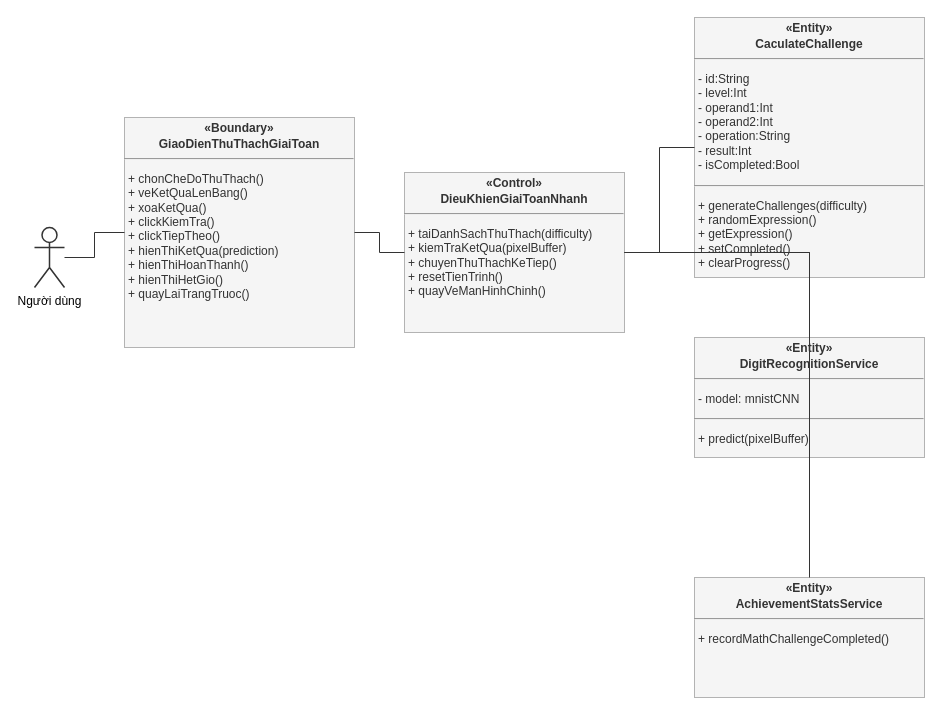
This is docs/AC/analysis_class_diagram_calculate.drawio from mitiie/KidX, a draw.io file, before an edit. Source tidied: cells renumbered, new cells numbered last; positions are measured from the earlier drawing's top-left corner, leaving out a move shared by most shapes. Both pictures are drawn from the tidied source at 100%, with x=0, y=0 at pixel (34, 17).
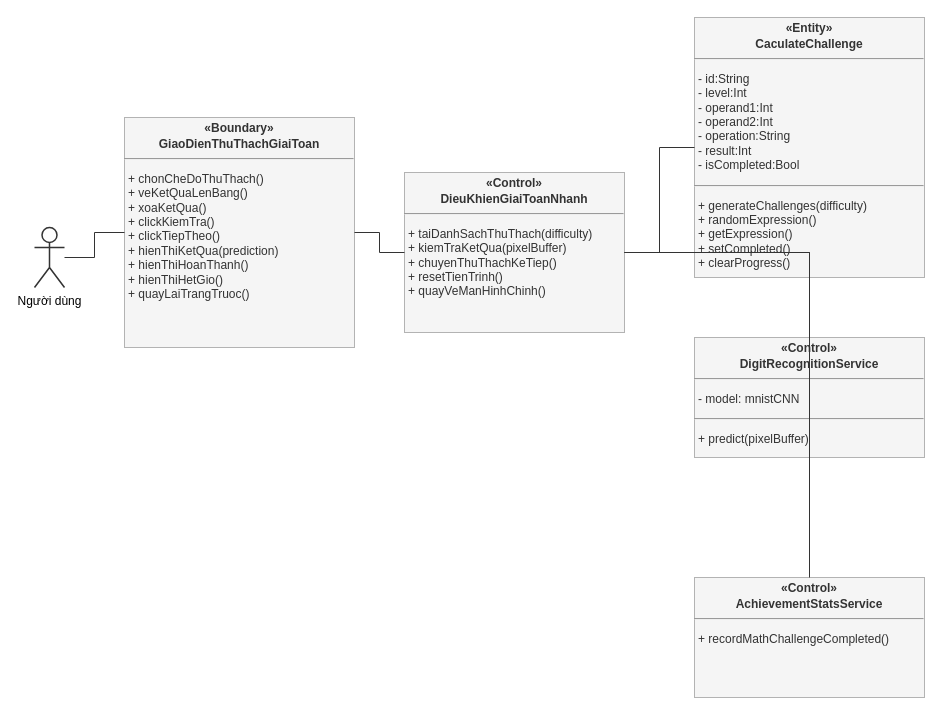
Above is the later version.

Change to the diagram source:
```diff
@@
 <mxGraphModel>
   <root>
     <mxCell id="0" />
     <mxCell id="1" parent="0" />
     <mxCell id="2" value="Người dùng" style="shape=umlActor;verticalLabelPosition=bottom;verticalAlign=top;html=1;outlineConnect=0;strokeColor=#333333;strokeWidth=1.5;" parent="1" vertex="1">
       <mxGeometry y="210" width="30" height="60" as="geometry" />
     </mxCell>
     <mxCell id="3" value="&lt;p style=&quot;margin:0px;margin-top:4px;text-align:center;&quot;&gt;&lt;b&gt;«Boundary»&lt;/b&gt;&lt;/p&gt;          &lt;p style=&quot;margin:0px;margin-top:2px;text-align:center;&quot;&gt;&lt;b&gt;GiaoDienThuThachGiaiToan&lt;/b&gt;&lt;/p&gt;          &lt;hr&gt;          &lt;p style=&quot;margin-left:4px;text-align:left;&quot;&gt;          + chonCheDoThuThach()&lt;br&gt;          + veKetQuaLenBang()&lt;br&gt;          + xoaKetQua()&lt;br&gt;          + clickKiemTra()&lt;br&gt;          + clickTiepTheo()&lt;br&gt;          + hienThiKetQua(prediction)&lt;br&gt;          + hienThiHoanThanh()&lt;br&gt;          + hienThiHetGio()&lt;br&gt;          + quayLaiTrangTruoc()          &lt;/p&gt;" style="verticalAlign=top;align=left;overflow=fill;html=1;whiteSpace=wrap;rounded=0;fillColor=#f5f5f5;strokeColor=#b3b3b3;fontColor=#333333;fontSize=12;" parent="1" vertex="1">
       <mxGeometry x="90" y="100" width="230" height="230" as="geometry" />
     </mxCell>
     <mxCell id="4" value="&lt;p style=&quot;margin:0px;margin-top:4px;text-align:center;&quot;&gt;&lt;b&gt;«Control»&lt;/b&gt;&lt;/p&gt;          &lt;p style=&quot;margin:0px;margin-top:2px;text-align:center;&quot;&gt;&lt;b&gt;DieuKhienGiaiToanNhanh&lt;/b&gt;&lt;/p&gt;          &lt;hr&gt;          &lt;p style=&quot;margin-left:4px;text-align:left;&quot;&gt;          + taiDanhSachThuThach(difficulty)&lt;br&gt;          + kiemTraKetQua(pixelBuffer)&lt;br&gt;          + chuyenThuThachKeTiep()&lt;br&gt;          + resetTienTrinh()&lt;br&gt;          + quayVeManHinhChinh()          &lt;/p&gt;" style="verticalAlign=top;align=left;overflow=fill;html=1;whiteSpace=wrap;rounded=0;fillColor=#f5f5f5;strokeColor=#b3b3b3;fontColor=#333333;fontSize=12;" parent="1" vertex="1">
       <mxGeometry x="370" y="155" width="220" height="160" as="geometry" />
     </mxCell>
     <mxCell id="5" value="&lt;p style=&quot;margin:0px;margin-top:4px;text-align:center;&quot;&gt;&lt;b&gt;«Entity»&lt;/b&gt;&lt;/p&gt;          &lt;p style=&quot;margin:0px;margin-top:2px;text-align:center;&quot;&gt;&lt;b&gt;CaculateChallenge&lt;/b&gt;&lt;/p&gt;          &lt;hr&gt;          &lt;p style=&quot;margin-left:4px;text-align:left;&quot;&gt;          - id:String&lt;br&gt;          - level:Int&lt;br&gt;          - operand1:Int&lt;br&gt;          - operand2:Int&lt;br&gt;          - operation:String&lt;br&gt;          - result:Int&lt;br&gt;          - isCompleted:Bool          &lt;/p&gt;          &lt;hr&gt;          &lt;p style=&quot;margin-left:4px;text-align:left;&quot;&gt;          + generateChallenges(difficulty)&lt;br&gt;          + randomExpression()&lt;br&gt;          + getExpression()&lt;br&gt;          + setCompleted()&lt;br&gt;          + clearProgress()          &lt;/p&gt;" style="verticalAlign=top;align=left;overflow=fill;html=1;whiteSpace=wrap;rounded=0;fillColor=#f5f5f5;strokeColor=#b3b3b3;fontColor=#333333;fontSize=12;" parent="1" vertex="1">
       <mxGeometry x="660" width="230" height="260" as="geometry" />
     </mxCell>
-    <mxCell id="6" value="&lt;p style=&quot;margin:0px;margin-top:4px;text-align:center;&quot;&gt;&lt;b&gt;«Entity»&lt;/b&gt;&lt;/p&gt;          &lt;p style=&quot;margin:0px;margin-top:2px;text-align:center;&quot;&gt;&lt;b&gt;DigitRecognitionService&lt;/b&gt;&lt;/p&gt;          &lt;hr&gt;          &lt;p style=&quot;margin-left:4px;text-align:left;&quot;&gt;          - model: mnistCNN          &lt;/p&gt;          &lt;hr&gt;          &lt;p style=&quot;margin-left:4px;text-align:left;&quot;&gt;          + predict(pixelBuffer)          &lt;/p&gt;" style="verticalAlign=top;align=left;overflow=fill;html=1;whiteSpace=wrap;rounded=0;fillColor=#f5f5f5;strokeColor=#b3b3b3;fontColor=#333333;fontSize=12;" parent="1" vertex="1">
+    <mxCell id="6" value="&lt;p style=&quot;margin:0px;margin-top:4px;text-align:center;&quot;&gt;&lt;b&gt;«Control»&lt;/b&gt;&lt;/p&gt;          &lt;p style=&quot;margin:0px;margin-top:2px;text-align:center;&quot;&gt;&lt;b&gt;DigitRecognitionService&lt;/b&gt;&lt;/p&gt;          &lt;hr&gt;          &lt;p style=&quot;margin-left:4px;text-align:left;&quot;&gt;          - model: mnistCNN          &lt;/p&gt;          &lt;hr&gt;          &lt;p style=&quot;margin-left:4px;text-align:left;&quot;&gt;          + predict(pixelBuffer)          &lt;/p&gt;" style="verticalAlign=top;align=left;overflow=fill;html=1;whiteSpace=wrap;rounded=0;fillColor=#f5f5f5;strokeColor=#b3b3b3;fontColor=#333333;fontSize=12;" parent="1" vertex="1">
       <mxGeometry x="660" y="320" width="230" height="120" as="geometry" />
     </mxCell>
-    <mxCell id="7" value="&lt;p style=&quot;margin:0px;margin-top:4px;text-align:center;&quot;&gt;&lt;b&gt;«Entity»&lt;/b&gt;&lt;/p&gt;          &lt;p style=&quot;margin:0px;margin-top:2px;text-align:center;&quot;&gt;&lt;b&gt;AchievementStatsService&lt;/b&gt;&lt;/p&gt;          &lt;hr&gt;          &lt;p style=&quot;margin-left:4px;text-align:left;&quot;&gt;          + recordMathChallengeCompleted()          &lt;/p&gt;" style="verticalAlign=top;align=left;overflow=fill;html=1;whiteSpace=wrap;rounded=0;fillColor=#f5f5f5;strokeColor=#b3b3b3;fontColor=#333333;fontSize=12;" parent="1" vertex="1">
+    <mxCell id="7" value="&lt;p style=&quot;margin:0px;margin-top:4px;text-align:center;&quot;&gt;&lt;b&gt;«Control»&lt;/b&gt;&lt;/p&gt;          &lt;p style=&quot;margin:0px;margin-top:2px;text-align:center;&quot;&gt;&lt;b&gt;AchievementStatsService&lt;/b&gt;&lt;/p&gt;          &lt;hr&gt;          &lt;p style=&quot;margin-left:4px;text-align:left;&quot;&gt;          + recordMathChallengeCompleted()          &lt;/p&gt;" style="verticalAlign=top;align=left;overflow=fill;html=1;whiteSpace=wrap;rounded=0;fillColor=#f5f5f5;strokeColor=#b3b3b3;fontColor=#333333;fontSize=12;" parent="1" vertex="1">
       <mxGeometry x="660" y="560" width="230" height="120" as="geometry" />
     </mxCell>
     <mxCell id="8" style="edgeStyle=orthogonalEdgeStyle;rounded=0;jettySize=auto;html=1;strokeColor=#333333;endArrow=none;" parent="1" edge="1" source="2" target="3">
       <mxGeometry relative="1" as="geometry" />
     </mxCell>
     <mxCell id="9" style="edgeStyle=orthogonalEdgeStyle;rounded=0;jettySize=auto;html=1;strokeColor=#333333;endArrow=none;" parent="1" edge="1" source="3" target="4">
       <mxGeometry relative="1" as="geometry" />
     </mxCell>
     <mxCell id="10" style="edgeStyle=orthogonalEdgeStyle;rounded=0;jettySize=auto;html=1;strokeColor=#333333;endArrow=none;" parent="1" edge="1" source="4" target="5">
       <mxGeometry relative="1" as="geometry" />
     </mxCell>
     <mxCell id="11" style="edgeStyle=orthogonalEdgeStyle;rounded=0;jettySize=auto;html=1;strokeColor=#333333;endArrow=none;" parent="1" edge="1" source="4" target="6">
       <mxGeometry relative="1" as="geometry" />
     </mxCell>
     <mxCell id="12" style="edgeStyle=orthogonalEdgeStyle;rounded=0;jettySize=auto;html=1;strokeColor=#333333;endArrow=none;" parent="1" edge="1" source="4" target="7">
       <mxGeometry relative="1" as="geometry" />
     </mxCell>
   </root>
 </mxGraphModel>
```
